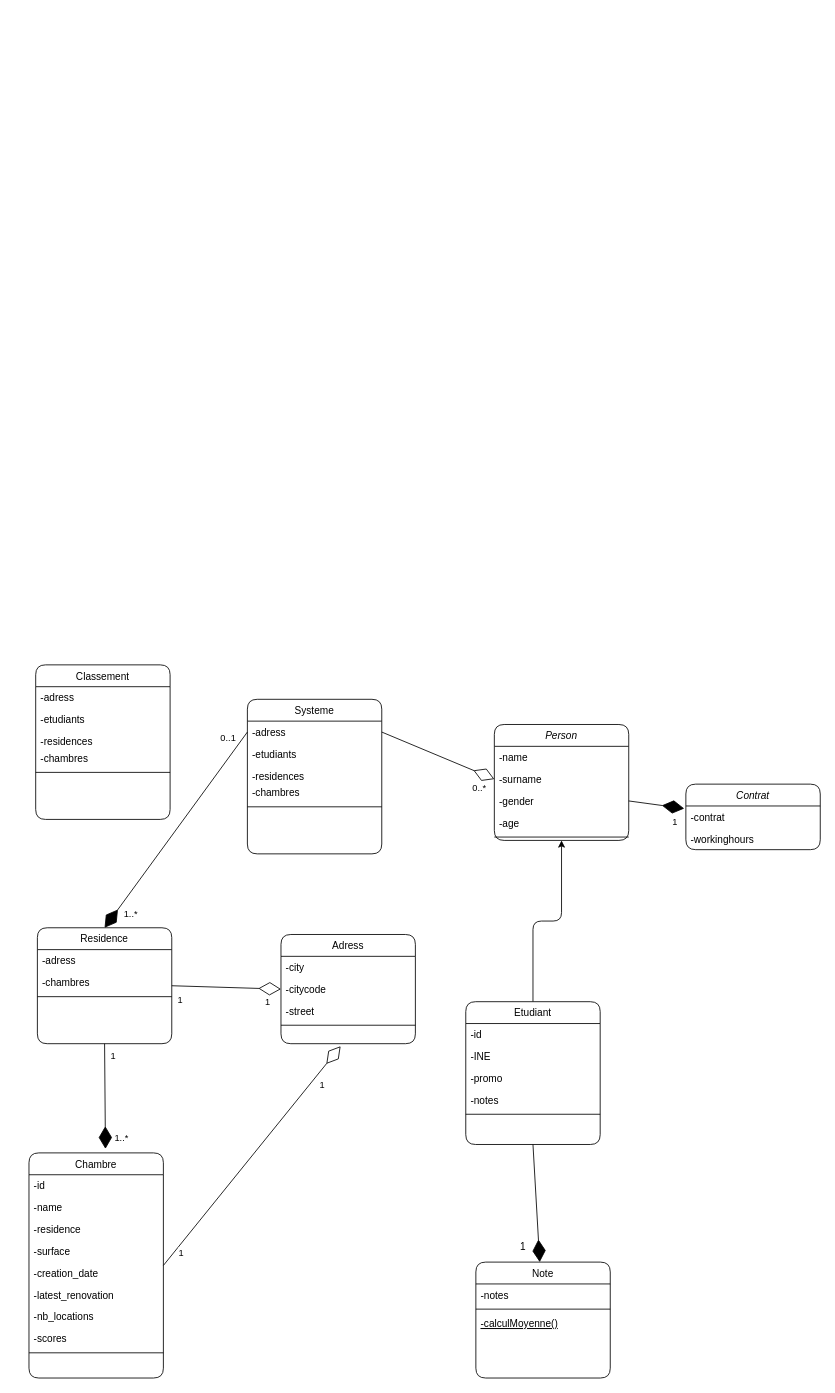
This is diagramme.drawio from bluntwise/LoterieChambres, a draw.io file, before an edit. Source tidied: cells renumbered, new cells numbered last; positions are measured from the earlier drawing's top-left corner, leaving out a move shared by most shapes. Both pictures are drawn from the tidied source at 84%, with x=0, y=0 at pixel (29, 664).
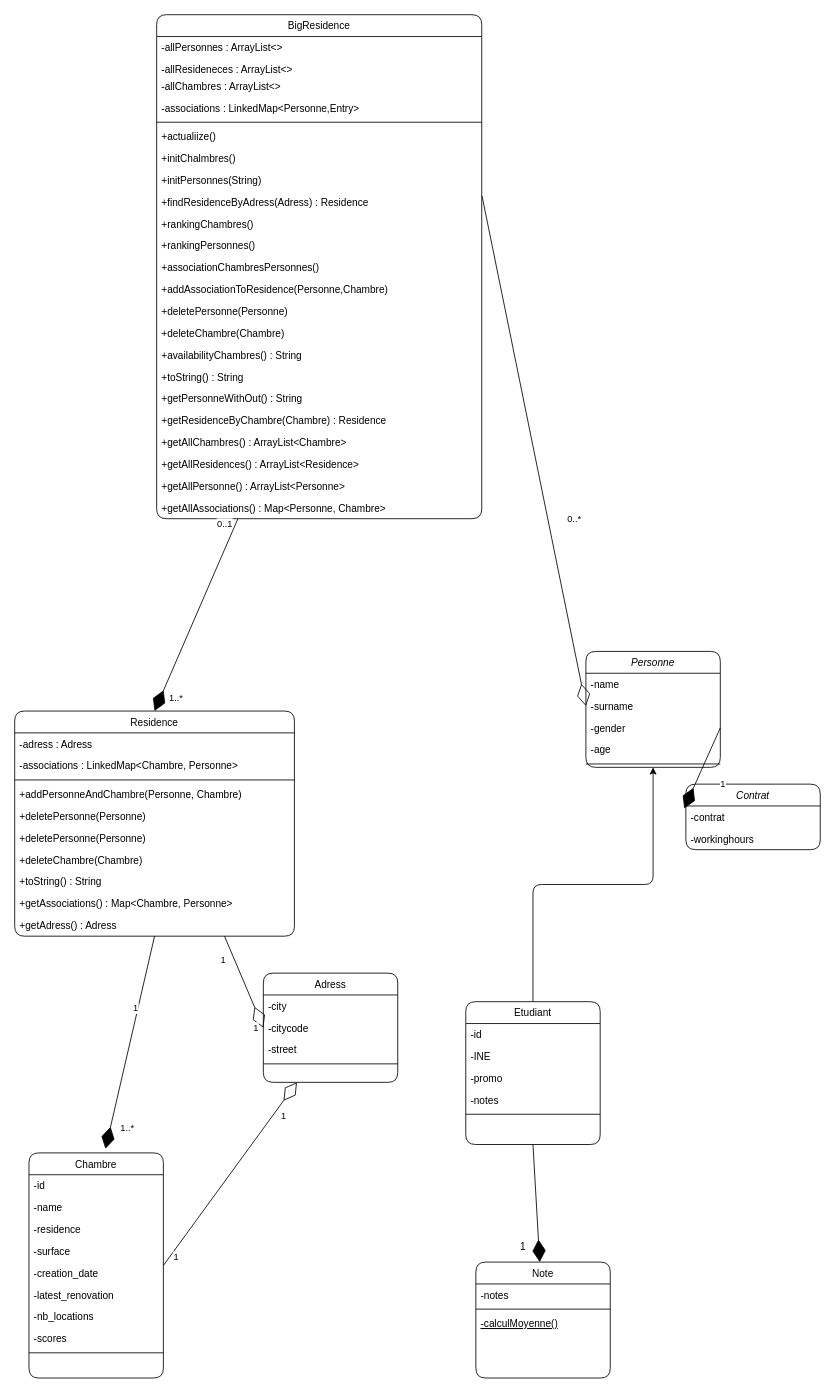
After the change.

Unchanged cells that the change refers to:
```xml
<mxCell id="4" value="-surname" style="text;align=left;verticalAlign=top;spacingLeft=4;spacingRight=4;overflow=hidden;points=[[0,0.5],[1,0.5]];portConstraint=eastwest;rounded=1;shadow=0;html=0;" parent="2" vertex="1">
  <mxGeometry y="52" width="160" height="26" as="geometry" />
</mxCell>
<mxCell id="13" value="Chambre" style="swimlane;fontStyle=0;align=center;verticalAlign=top;horizontal=1;startSize=26;rounded=1;shadow=0;strokeWidth=1;" parent="1" vertex="1">
  <mxGeometry y="581" width="160" height="268" as="geometry" />
</mxCell>
<mxCell id="47" value="-citycode" style="text;align=left;verticalAlign=top;spacingLeft=4;spacingRight=4;overflow=hidden;points=[[0,0.5],[1,0.5]];portConstraint=eastwest;rounded=1;" parent="45" vertex="1">
  <mxGeometry y="52" width="160" height="26" as="geometry" />
</mxCell>
```

What changed in the source:
```diff
@@
-    <mxCell id="2" value="Person" style="swimlane;fontStyle=2;align=center;verticalAlign=top;horizontal=1;startSize=26;rounded=1;shadow=0;strokeWidth=1;" parent="1" vertex="1">
-      <mxGeometry x="554" y="71" width="160" height="138" as="geometry" />
+    <mxCell id="2" value="Personne" style="swimlane;fontStyle=2;align=center;verticalAlign=top;horizontal=1;startSize=26;rounded=1;shadow=0;strokeWidth=1;" parent="1" vertex="1">
+      <mxGeometry x="663" y="-16" width="160" height="138" as="geometry" />
     </mxCell>
@@
     <mxCell id="30" value="Residence" style="swimlane;fontStyle=0;align=center;verticalAlign=top;horizontal=1;startSize=26;rounded=1;shadow=0;strokeWidth=1;" parent="1" vertex="1">
-      <mxGeometry x="10" y="313" width="160" height="138" as="geometry" />
+      <mxGeometry x="-17" y="55" width="333" height="268" as="geometry" />
     </mxCell>
-    <mxCell id="31" value="-adress" style="text;align=left;verticalAlign=top;spacingLeft=4;spacingRight=4;overflow=hidden;rounded=1;" parent="30" vertex="1">
-      <mxGeometry y="26" width="160" height="26" as="geometry" />
+    <mxCell id="31" value="-adress : Adress" style="text;align=left;verticalAlign=top;spacingLeft=4;spacingRight=4;overflow=hidden;rounded=1;" parent="30" vertex="1">
+      <mxGeometry y="26" width="333" height="26" as="geometry" />
     </mxCell>
-    <mxCell id="32" value="-chambres  " style="text;align=left;verticalAlign=top;spacingLeft=4;spacingRight=4;overflow=hidden;rounded=1;" parent="30" vertex="1">
-      <mxGeometry y="52" width="160" height="26" as="geometry" />
+    <mxCell id="32" value="-associations : LinkedMap&lt;Chambre, Personne&gt;" style="text;align=left;verticalAlign=top;spacingLeft=4;spacingRight=4;overflow=hidden;rounded=1;" parent="30" vertex="1">
+      <mxGeometry y="52" width="333" height="26" as="geometry" />
     </mxCell>
     <mxCell id="33" style="line;html=1;strokeWidth=1;align=left;verticalAlign=middle;spacingTop=-1;spacingLeft=3;spacingRight=3;labelPosition=right;rounded=1;" parent="30" vertex="1">
-      <mxGeometry y="78" width="160" height="8" as="geometry" />
+      <mxGeometry y="78" width="333" height="8" as="geometry" />
     </mxCell>
+    <mxCell id="72" value="+addPersonneAndChambre(Personne, Chambre)" style="text;align=left;verticalAlign=top;spacingLeft=4;spacingRight=4;overflow=hidden;rounded=1;" parent="30" vertex="1">
+      <mxGeometry y="86" width="333" height="26" as="geometry" />
+    </mxCell>
+    <mxCell id="73" value="+deletePersonne(Personne)" style="text;align=left;verticalAlign=top;spacingLeft=4;spacingRight=4;overflow=hidden;rounded=1;" parent="30" vertex="1">
+      <mxGeometry y="112" width="333" height="26" as="geometry" />
+    </mxCell>
+    <mxCell id="74" value="+deletePersonne(Personne)" style="text;align=left;verticalAlign=top;spacingLeft=4;spacingRight=4;overflow=hidden;rounded=1;" parent="30" vertex="1">
+      <mxGeometry y="138" width="333" height="26" as="geometry" />
+    </mxCell>
+    <mxCell id="75" value="+deleteChambre(Chambre)" style="text;align=left;verticalAlign=top;spacingLeft=4;spacingRight=4;overflow=hidden;rounded=1;" parent="30" vertex="1">
+      <mxGeometry y="164" width="333" height="26" as="geometry" />
+    </mxCell>
+    <mxCell id="76" value="+toString() : String" style="text;align=left;verticalAlign=top;spacingLeft=4;spacingRight=4;overflow=hidden;rounded=1;" parent="30" vertex="1">
+      <mxGeometry y="190" width="333" height="26" as="geometry" />
+    </mxCell>
+    <mxCell id="77" value="+getAssociations() : Map&lt;Chambre, Personne&gt;" style="text;align=left;verticalAlign=top;spacingLeft=4;spacingRight=4;overflow=hidden;rounded=1;" parent="30" vertex="1">
+      <mxGeometry y="216" width="333" height="26" as="geometry" />
+    </mxCell>
+    <mxCell id="78" value="+getAdress() : Adress" style="text;align=left;verticalAlign=top;spacingLeft=4;spacingRight=4;overflow=hidden;rounded=1;" parent="30" vertex="1">
+      <mxGeometry y="242" width="333" height="26" as="geometry" />
+    </mxCell>
@@
-    <mxCell id="39" value="Systeme" style="swimlane;fontStyle=0;align=center;verticalAlign=top;horizontal=1;startSize=26;rounded=1;shadow=0;strokeWidth=1;" parent="1" vertex="1">
-      <mxGeometry x="260" y="41" width="160" height="184" as="geometry" />
+    <mxCell id="39" value="BigResidence" style="swimlane;fontStyle=0;align=center;verticalAlign=top;horizontal=1;startSize=26;rounded=1;shadow=0;strokeWidth=1;" parent="1" vertex="1">
+      <mxGeometry x="152" y="-774" width="387" height="600" as="geometry" />
     </mxCell>
-    <mxCell id="40" value="-adress" style="text;align=left;verticalAlign=top;spacingLeft=4;spacingRight=4;overflow=hidden;points=[[0,0.5],[1,0.5]];portConstraint=eastwest;rounded=1;" parent="39" vertex="1">
-      <mxGeometry y="26" width="160" height="26" as="geometry" />
-    </mxCell>
-    <mxCell id="41" value="-etudiants" style="text;align=left;verticalAlign=top;spacingLeft=4;spacingRight=4;overflow=hidden;rounded=1;" parent="39" vertex="1">
-      <mxGeometry y="52" width="160" height="26" as="geometry" />
+    <mxCell id="41" value="-allPersonnes : ArrayList&lt;&gt;" style="text;align=left;verticalAlign=top;spacingLeft=4;spacingRight=4;overflow=hidden;rounded=1;" parent="39" vertex="1">
+      <mxGeometry y="26" width="387" height="26" as="geometry" />
     </mxCell>
-    <mxCell id="42" value="-residences " style="text;align=left;verticalAlign=top;spacingLeft=4;spacingRight=4;overflow=hidden;rounded=1;" parent="39" vertex="1">
-      <mxGeometry y="78" width="160" height="20" as="geometry" />
+    <mxCell id="42" value="-allResideneces : ArrayList&lt;&gt;" style="text;align=left;verticalAlign=top;spacingLeft=4;spacingRight=4;overflow=hidden;rounded=1;" parent="39" vertex="1">
+      <mxGeometry y="52" width="387" height="20" as="geometry" />
     </mxCell>
-    <mxCell id="43" value="-chambres " style="text;align=left;verticalAlign=top;spacingLeft=4;spacingRight=4;overflow=hidden;rounded=1;" parent="39" vertex="1">
-      <mxGeometry y="98" width="160" height="26" as="geometry" />
+    <mxCell id="43" value="-allChambres : ArrayList&lt;&gt;" style="text;align=left;verticalAlign=top;spacingLeft=4;spacingRight=4;overflow=hidden;rounded=1;" parent="39" vertex="1">
+      <mxGeometry y="72" width="387" height="26" as="geometry" />
     </mxCell>
+    <mxCell id="71" value="-associations : LinkedMap&lt;Personne,Entry&gt;" style="text;align=left;verticalAlign=top;spacingLeft=4;spacingRight=4;overflow=hidden;rounded=1;" parent="39" vertex="1">
+      <mxGeometry y="98" width="387" height="26" as="geometry" />
+    </mxCell>
     <mxCell id="44" style="line;html=1;strokeWidth=1;align=left;verticalAlign=middle;spacingTop=-1;spacingLeft=3;spacingRight=3;labelPosition=right;rounded=1;" parent="39" vertex="1">
-      <mxGeometry y="124" width="160" height="8" as="geometry" />
+      <mxGeometry y="124" width="387" height="8" as="geometry" />
     </mxCell>
+    <mxCell id="79" value="+actualiize()" style="text;align=left;verticalAlign=top;spacingLeft=4;spacingRight=4;overflow=hidden;rounded=1;" parent="39" vertex="1">
+      <mxGeometry y="132" width="387" height="26" as="geometry" />
+    </mxCell>
+    <mxCell id="80" value="+initChalmbres()" style="text;align=left;verticalAlign=top;spacingLeft=4;spacingRight=4;overflow=hidden;rounded=1;" parent="39" vertex="1">
+      <mxGeometry y="158" width="387" height="26" as="geometry" />
+    </mxCell>
+    <mxCell id="81" value="+initPersonnes(String)" style="text;align=left;verticalAlign=top;spacingLeft=4;spacingRight=4;overflow=hidden;rounded=1;" parent="39" vertex="1">
+      <mxGeometry y="184" width="387" height="26" as="geometry" />
+    </mxCell>
+    <mxCell id="82" value="+findResidenceByAdress(Adress) : Residence" style="text;align=left;verticalAlign=top;spacingLeft=4;spacingRight=4;overflow=hidden;points=[[0,0.5],[1,0.5]];portConstraint=eastwest;rounded=1;" parent="39" vertex="1">
+      <mxGeometry y="210" width="387" height="26" as="geometry" />
+    </mxCell>
+    <mxCell id="83" value="+rankingChambres() " style="text;align=left;verticalAlign=top;spacingLeft=4;spacingRight=4;overflow=hidden;rounded=1;" parent="39" vertex="1">
+      <mxGeometry y="236" width="387" height="26" as="geometry" />
+    </mxCell>
+    <mxCell id="84" value="+rankingPersonnes()" style="text;align=left;verticalAlign=top;spacingLeft=4;spacingRight=4;overflow=hidden;rounded=1;" parent="39" vertex="1">
+      <mxGeometry y="262" width="387" height="26" as="geometry" />
+    </mxCell>
+    <mxCell id="85" value="+associationChambresPersonnes()" style="text;align=left;verticalAlign=top;spacingLeft=4;spacingRight=4;overflow=hidden;rounded=1;" parent="39" vertex="1">
+      <mxGeometry y="288" width="387" height="26" as="geometry" />
+    </mxCell>
+    <mxCell id="86" value="+addAssociationToResidence(Personne,Chambre)" style="text;align=left;verticalAlign=top;spacingLeft=4;spacingRight=4;overflow=hidden;rounded=1;" parent="39" vertex="1">
+      <mxGeometry y="314" width="387" height="26" as="geometry" />
+    </mxCell>
+    <mxCell id="87" value="+deletePersonne(Personne)" style="text;align=left;verticalAlign=top;spacingLeft=4;spacingRight=4;overflow=hidden;rounded=1;" parent="39" vertex="1">
+      <mxGeometry y="340" width="387" height="26" as="geometry" />
+    </mxCell>
+    <mxCell id="88" value="+deleteChambre(Chambre)" style="text;align=left;verticalAlign=top;spacingLeft=4;spacingRight=4;overflow=hidden;rounded=1;" parent="39" vertex="1">
+      <mxGeometry y="366" width="387" height="26" as="geometry" />
+    </mxCell>
+    <mxCell id="89" value="+availabilityChambres() : String" style="text;align=left;verticalAlign=top;spacingLeft=4;spacingRight=4;overflow=hidden;rounded=1;" parent="39" vertex="1">
+      <mxGeometry y="392" width="387" height="26" as="geometry" />
+    </mxCell>
+    <mxCell id="90" value="+toString() : String" style="text;align=left;verticalAlign=top;spacingLeft=4;spacingRight=4;overflow=hidden;rounded=1;" parent="39" vertex="1">
+      <mxGeometry y="418" width="387" height="26" as="geometry" />
+    </mxCell>
+    <mxCell id="91" value="+getPersonneWithOut() : String" style="text;align=left;verticalAlign=top;spacingLeft=4;spacingRight=4;overflow=hidden;rounded=1;" parent="39" vertex="1">
+      <mxGeometry y="444" width="387" height="26" as="geometry" />
+    </mxCell>
+    <mxCell id="92" value="+getResidenceByChambre(Chambre) : Residence" style="text;align=left;verticalAlign=top;spacingLeft=4;spacingRight=4;overflow=hidden;rounded=1;" parent="39" vertex="1">
+      <mxGeometry y="470" width="387" height="26" as="geometry" />
+    </mxCell>
+    <mxCell id="93" value="+getAllChambres() : ArrayList&lt;Chambre&gt;" style="text;align=left;verticalAlign=top;spacingLeft=4;spacingRight=4;overflow=hidden;rounded=1;" parent="39" vertex="1">
+      <mxGeometry y="496" width="387" height="26" as="geometry" />
+    </mxCell>
+    <mxCell id="94" value="+getAllResidences() : ArrayList&lt;Residence&gt; " style="text;align=left;verticalAlign=top;spacingLeft=4;spacingRight=4;overflow=hidden;rounded=1;" parent="39" vertex="1">
+      <mxGeometry y="522" width="387" height="26" as="geometry" />
+    </mxCell>
+    <mxCell id="95" value="+getAllPersonne() : ArrayList&lt;Personne&gt;" style="text;align=left;verticalAlign=top;spacingLeft=4;spacingRight=4;overflow=hidden;rounded=1;" parent="39" vertex="1">
+      <mxGeometry y="548" width="387" height="26" as="geometry" />
+    </mxCell>
+    <mxCell id="96" value="+getAllAssociations() : Map&lt;Personne, Chambre&gt;" style="text;align=left;verticalAlign=top;spacingLeft=4;spacingRight=4;overflow=hidden;rounded=1;" parent="39" vertex="1">
+      <mxGeometry y="574" width="387" height="26" as="geometry" />
+    </mxCell>
     <mxCell id="45" value="Adress" style="swimlane;fontStyle=0;align=center;verticalAlign=top;horizontal=1;startSize=26;rounded=1;shadow=0;strokeWidth=1;" parent="1" vertex="1">
-      <mxGeometry x="300" y="321" width="160" height="130" as="geometry" />
+      <mxGeometry x="279" y="367" width="160" height="130" as="geometry" />
     </mxCell>
@@
-    <mxCell id="50" style="endArrow=diamondThin;endFill=0;endSize=24;html=1;rounded=1;entryX=0;entryY=0.5;entryDx=0;entryDy=0;exitX=1;exitY=0.5;exitDx=0;exitDy=0;" parent="1" edge="1" source="40" target="4">
+    <mxCell id="50" style="endArrow=diamondThin;endFill=0;endSize=24;html=1;rounded=1;entryX=0;entryY=0.5;entryDx=0;entryDy=0;exitX=1.001;exitY=0.231;exitDx=0;exitDy=0;exitPerimeter=0;" parent="1" edge="1" source="82" target="4">
       <mxGeometry relative="1" as="geometry" />
     </mxCell>
@@
-    <mxCell id="56" style="endArrow=diamondThin;endFill=0;endSize=24;html=1;rounded=1;entryX=0;entryY=0.5;entryDx=0;entryDy=0;exitX=1;exitY=0.5;exitDx=0;exitDy=0;" parent="1" edge="1" source="30" target="47">
+    <mxCell id="56" style="endArrow=diamondThin;endFill=0;endSize=24;html=1;rounded=1;entryX=0;entryY=0.5;entryDx=0;entryDy=0;exitX=0.75;exitY=1;exitDx=0;exitDy=0;" parent="1" edge="1" source="30" target="47">
       <mxGeometry relative="1" as="geometry" />
     </mxCell>
@@
-    <mxCell id="59" style="endArrow=diamondThin;endFill=1;endSize=24;html=1;rounded=1;entryX=0.5;entryY=0;entryDx=0;entryDy=0;exitX=0;exitY=0.5;exitDx=0;exitDy=0;" parent="1" edge="1" source="40" target="30">
+    <mxCell id="59" style="endArrow=diamondThin;endFill=1;endSize=24;html=1;rounded=1;entryX=0.5;entryY=0;entryDx=0;entryDy=0;exitX=0.25;exitY=1;exitDx=0;exitDy=0;" parent="1" edge="1" source="39" target="30">
       <mxGeometry relative="1" as="geometry" />
     </mxCell>
@@
-    <mxCell id="61" value="0..1" style="edgeLabel;html=1;align=center;verticalAlign=middle;" parent="59" vertex="1">
+    <mxCell id="61" value="0..1" style="edgeLabel;html=1;align=center;verticalAlign=middle;rounded=1;" parent="59" vertex="1">
       <mxGeometry x="-0.8" y="4" relative="1" as="geometry">
         <mxPoint x="-10" y="-19" as="offset" />
       </mxGeometry>
     </mxCell>
@@
-    <mxCell id="63" style="endArrow=diamondThin;endFill=0;endSize=24;html=1;rounded=1;exitX=1;exitY=0.5;exitDx=0;exitDy=0;" parent="1" edge="1" source="13">
-      <mxGeometry relative="1" as="geometry">
-        <mxPoint x="371" y="454" as="targetPoint" />
-      </mxGeometry>
+    <mxCell id="63" style="endArrow=diamondThin;endFill=0;endSize=24;html=1;rounded=1;exitX=1;exitY=0.5;exitDx=0;exitDy=0;entryX=0.25;entryY=1;entryDx=0;entryDy=0;" parent="1" edge="1" source="13" target="45">
+      <mxGeometry relative="1" as="geometry" />
     </mxCell>
@@
-    <mxCell id="66" value="Classement" style="swimlane;fontStyle=0;align=center;verticalAlign=top;horizontal=1;startSize=26;rounded=1;shadow=0;strokeWidth=1;" parent="1" vertex="1">
-      <mxGeometry x="8" width="160" height="184" as="geometry" />
-    </mxCell>
-    <mxCell id="67" value="-adress" style="text;align=left;verticalAlign=top;spacingLeft=4;spacingRight=4;overflow=hidden;rounded=1;" parent="66" vertex="1">
-      <mxGeometry y="26" width="160" height="26" as="geometry" />
-    </mxCell>
-    <mxCell id="68" value="-etudiants" style="text;align=left;verticalAlign=top;spacingLeft=4;spacingRight=4;overflow=hidden;rounded=1;" parent="66" vertex="1">
-      <mxGeometry y="52" width="160" height="26" as="geometry" />
-    </mxCell>
-    <mxCell id="69" value="-residences " style="text;align=left;verticalAlign=top;spacingLeft=4;spacingRight=4;overflow=hidden;rounded=1;" parent="66" vertex="1">
-      <mxGeometry y="78" width="160" height="20" as="geometry" />
-    </mxCell>
-    <mxCell id="70" value="-chambres " style="text;align=left;verticalAlign=top;spacingLeft=4;spacingRight=4;overflow=hidden;rounded=1;" parent="66" vertex="1">
-      <mxGeometry y="98" width="160" height="26" as="geometry" />
-    </mxCell>
-    <mxCell id="71" style="line;html=1;strokeWidth=1;align=left;verticalAlign=middle;spacingTop=-1;spacingLeft=3;spacingRight=3;labelPosition=right;rounded=1;" parent="66" vertex="1">
-      <mxGeometry y="124" width="160" height="8" as="geometry" />
-    </mxCell>
```
